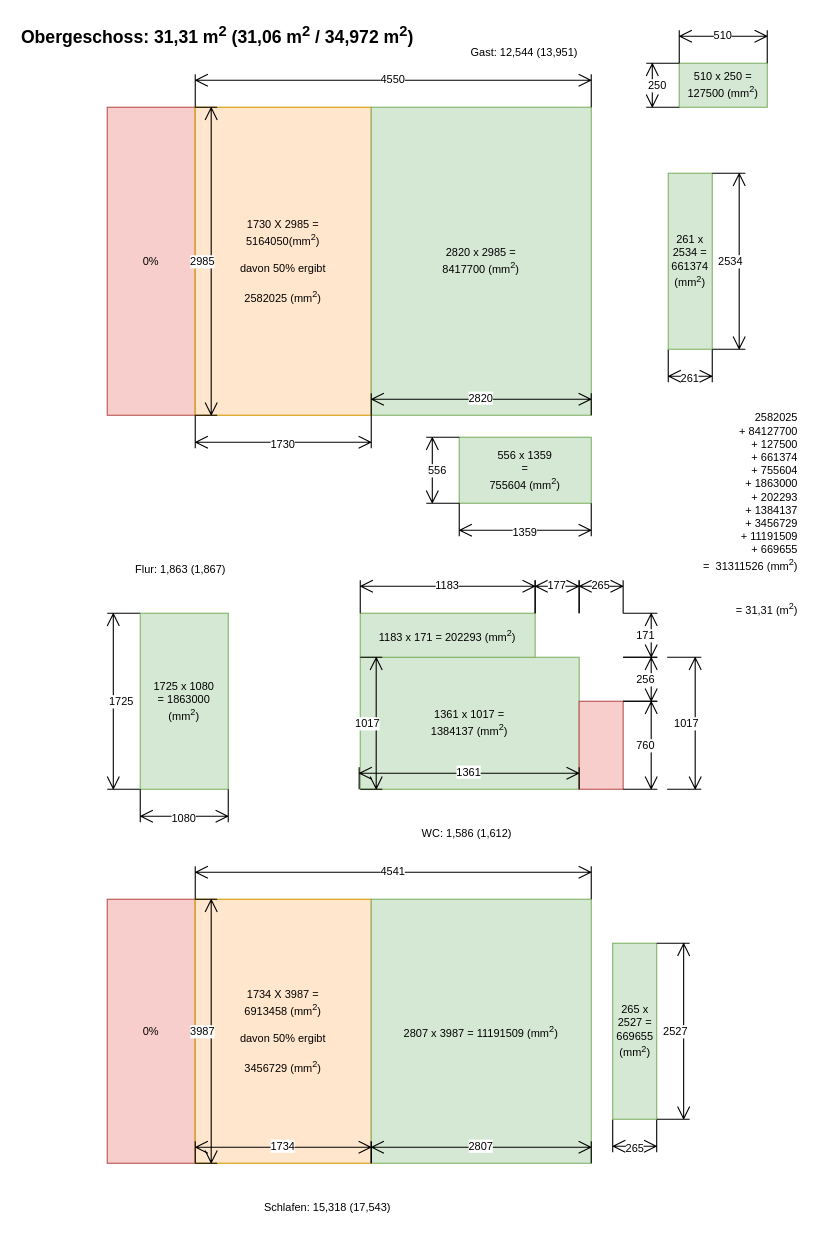
Above: page "Obergeschoss" (2 of 3) of ruderzimmer.drawio in episcopus2001/wohnflaeche (draw.io), before the change. Source tidied: cells renumbered, new cells numbered last; positions are measured from the earlier drawing's top-left corner, leaving out a move shared by most shapes. Both pictures are drawn from the tidied source at 110%, with x=0, y=0 at pixel (19, 19).
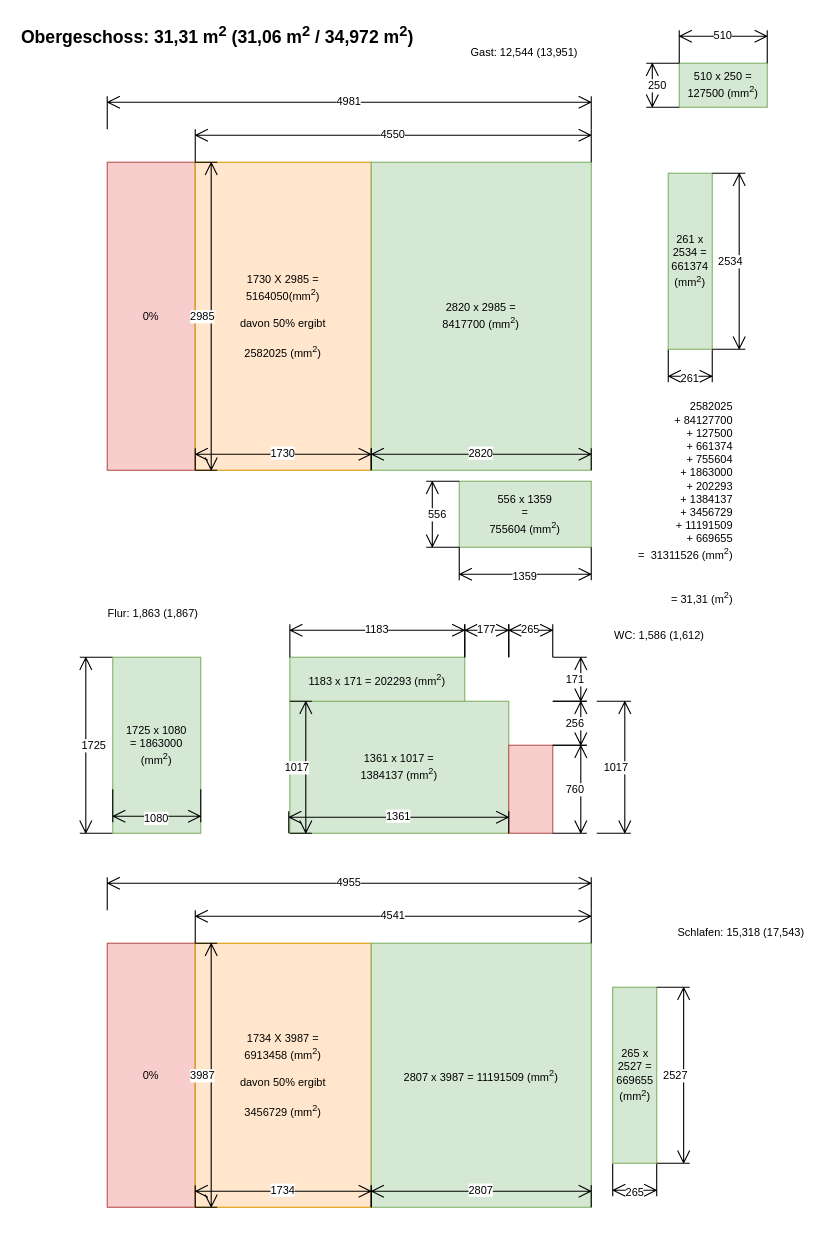
After the change.

Diff of the diagram source:
```diff
@@
     <mxCell id="3" value="265" style="shape=dimension;whiteSpace=wrap;html=1;align=center;verticalAlign=bottom;spacingBottom=-5;labelBackgroundColor=#ffffff;fontSize=10;" parent="1" vertex="1">
-      <mxGeometry x="539.5" y="1000" width="40" height="30" as="geometry" />
+      <mxGeometry x="539.5" y="1040" width="40" height="30" as="geometry" />
     </mxCell>
     <mxCell id="4" value="0%" style="rounded=0;whiteSpace=wrap;html=1;fillColor=#f8cecc;strokeColor=#b85450;fontSize=10;" parent="1" vertex="1">
-      <mxGeometry x="80" y="800" width="80" height="240" as="geometry" />
+      <mxGeometry x="80" y="840" width="80" height="240" as="geometry" />
     </mxCell>
     <mxCell id="5" value="265 x 2527 = 669655 (mm&lt;sup&gt;2&lt;/sup&gt;)" style="rounded=0;whiteSpace=wrap;html=1;fillColor=#d5e8d4;strokeColor=#82b366;fontSize=10;" parent="1" vertex="1">
-      <mxGeometry x="539.5" y="840" width="40" height="160" as="geometry" />
+      <mxGeometry x="539.5" y="880" width="40" height="160" as="geometry" />
     </mxCell>
     <mxCell id="6" value="2527" style="shape=dimension;direction=north;whiteSpace=wrap;html=1;align=right;verticalAlign=middle;labelBackgroundColor=#ffffff;fontSize=10;" parent="1" vertex="1">
-      <mxGeometry x="579.5" y="840" width="30" height="160" as="geometry" />
+      <mxGeometry x="579.5" y="880" width="30" height="160" as="geometry" />
     </mxCell>
     <mxCell id="7" value="1734 X 3987 =&lt;br&gt;6913458 (mm&lt;sup&gt;2&lt;/sup&gt;) &lt;br&gt;&lt;br&gt;&lt;div&gt;davon 50% ergibt&lt;/div&gt;&lt;div&gt;&lt;br&gt;&lt;/div&gt;&lt;div&gt;3456729 (mm&lt;sup&gt;2&lt;/sup&gt;)&lt;/div&gt;" style="rounded=0;whiteSpace=wrap;html=1;fillColor=#ffe6cc;strokeColor=#d79b00;fontSize=10;" parent="1" vertex="1">
-      <mxGeometry x="160" y="800" width="160" height="240" as="geometry" />
+      <mxGeometry x="160" y="840" width="160" height="240" as="geometry" />
     </mxCell>
     <mxCell id="8" value="2807 x 3987 = 11191509 (mm&lt;sup&gt;2&lt;/sup&gt;)" style="rounded=0;whiteSpace=wrap;html=1;fillColor=#d5e8d4;strokeColor=#82b366;fontSize=10;" parent="1" vertex="1">
-      <mxGeometry x="320" y="800" width="200" height="240" as="geometry" />
+      <mxGeometry x="320" y="840" width="200" height="240" as="geometry" />
     </mxCell>
     <mxCell id="9" value="2582025&lt;br&gt;+ 84127700&lt;br&gt;+ 127500&lt;br&gt;+ 661374&lt;br&gt;+ 755604&lt;br&gt;+ 1863000&lt;br&gt;+ 202293&lt;br&gt;+ 1384137&lt;br&gt;+ 3456729&lt;br&gt;+ 11191509&lt;br&gt;+ 669655&lt;br&gt;&lt;div&gt;=&amp;nbsp; 31311526 (mm&lt;sup&gt;2&lt;/sup&gt;)&lt;br&gt;&lt;/div&gt;&lt;br&gt;&lt;br&gt;= 31,31 (m&lt;sup&gt;2&lt;/sup&gt;)" style="text;html=1;strokeColor=none;fillColor=none;align=right;verticalAlign=middle;whiteSpace=wrap;rounded=0;fontSize=10;fontColor=none;" parent="1" vertex="1">
-      <mxGeometry x="609.5" y="430" width="100" height="40" as="geometry" />
+      <mxGeometry x="551" y="420" width="100" height="40" as="geometry" />
     </mxCell>
@@
     <mxCell id="11" value="0%" style="rounded=0;whiteSpace=wrap;html=1;fillColor=#f8cecc;strokeColor=#b85450;fontSize=10;" parent="1" vertex="1">
-      <mxGeometry x="80" y="80" width="80" height="280" as="geometry" />
+      <mxGeometry x="80" y="130" width="80" height="280" as="geometry" />
     </mxCell>
@@
     <mxCell id="14" value="1730 X 2985 =&lt;br&gt;5164050(mm&lt;sup&gt;2&lt;/sup&gt;) &lt;br&gt;&lt;br&gt;&lt;div&gt;davon 50% ergibt&lt;/div&gt;&lt;div&gt;&lt;br&gt;&lt;/div&gt;&lt;div&gt;2582025 (mm&lt;sup&gt;2&lt;/sup&gt;)&lt;/div&gt;" style="rounded=0;whiteSpace=wrap;html=1;fillColor=#ffe6cc;strokeColor=#d79b00;fontSize=10;" parent="1" vertex="1">
-      <mxGeometry x="160" y="80" width="160" height="280" as="geometry" />
+      <mxGeometry x="160" y="130" width="160" height="280" as="geometry" />
     </mxCell>
     <mxCell id="15" value="2820 x 2985 =&lt;br&gt;8417700 (mm&lt;sup&gt;2&lt;/sup&gt;)" style="rounded=0;whiteSpace=wrap;html=1;fillColor=#d5e8d4;strokeColor=#82b366;fontSize=10;" parent="1" vertex="1">
-      <mxGeometry x="320" y="80" width="200" height="280" as="geometry" />
+      <mxGeometry x="320" y="130" width="200" height="280" as="geometry" />
     </mxCell>
-    <mxCell id="16" value="1730" style="shape=dimension;whiteSpace=wrap;html=1;align=center;verticalAlign=bottom;spacingBottom=-5;labelBackgroundColor=#ffffff;fontSize=10;" parent="1" vertex="1">
-      <mxGeometry x="160" y="360" width="160" height="30" as="geometry" />
-    </mxCell>
     <mxCell id="17" value="1725" style="shape=dimension;direction=south;whiteSpace=wrap;html=1;align=left;verticalAlign=middle;labelBackgroundColor=#ffffff;fontSize=10;" parent="1" vertex="1">
-      <mxGeometry x="80" y="540" width="30" height="160" as="geometry" />
+      <mxGeometry x="55" y="580" width="30" height="160" as="geometry" />
     </mxCell>
     <mxCell id="18" value="1725 x 1080&lt;br&gt;= 1863000 (mm&lt;sup&gt;2&lt;/sup&gt;)" style="rounded=0;whiteSpace=wrap;html=1;fillColor=#d5e8d4;strokeColor=#82b366;fontSize=10;" parent="1" vertex="1">
-      <mxGeometry x="110" y="540" width="80" height="160" as="geometry" />
+      <mxGeometry x="85" y="580" width="80" height="160" as="geometry" />
     </mxCell>
     <mxCell id="19" value="1080" style="shape=dimension;whiteSpace=wrap;html=1;align=center;verticalAlign=bottom;spacingBottom=-5;labelBackgroundColor=#ffffff;fontSize=10;" parent="1" vertex="1">
-      <mxGeometry x="110" y="700" width="80" height="30" as="geometry" />
+      <mxGeometry x="85" y="700" width="80" height="30" as="geometry" />
     </mxCell>
     <mxCell id="20" value="1361 x 1017 =&lt;br&gt;1384137  (mm&lt;sup&gt;2&lt;/sup&gt;)" style="rounded=0;whiteSpace=wrap;html=1;fillColor=#d5e8d4;strokeColor=#82b366;fontSize=10;" parent="1" vertex="1">
-      <mxGeometry x="310" y="580" width="199" height="120" as="geometry" />
+      <mxGeometry x="246" y="620" width="199" height="120" as="geometry" />
     </mxCell>
     <mxCell id="21" value="1183 x 171 = 202293 (mm&lt;sup&gt;2&lt;/sup&gt;)" style="rounded=0;whiteSpace=wrap;html=1;fillColor=#d5e8d4;strokeColor=#82b366;fontSize=10;" parent="1" vertex="1">
-      <mxGeometry x="310" y="540" width="159" height="40" as="geometry" />
+      <mxGeometry x="246" y="580" width="159" height="40" as="geometry" />
     </mxCell>
     <mxCell id="22" style="rounded=0;whiteSpace=wrap;html=1;fillColor=#f8cecc;strokeColor=#b85450;fontSize=10;" parent="1" vertex="1">
-      <mxGeometry x="509" y="620" width="40" height="80" as="geometry" />
+      <mxGeometry x="445" y="660" width="40" height="80" as="geometry" />
     </mxCell>
     <mxCell id="23" value="171" style="shape=dimension;direction=north;whiteSpace=wrap;html=1;align=right;verticalAlign=middle;labelBackgroundColor=#ffffff;fontSize=10;" parent="1" vertex="1">
-      <mxGeometry x="549" y="540" width="31" height="40" as="geometry" />
+      <mxGeometry x="485" y="580" width="31" height="40" as="geometry" />
     </mxCell>
     <mxCell id="24" value="256" style="shape=dimension;direction=north;whiteSpace=wrap;html=1;align=right;verticalAlign=middle;labelBackgroundColor=#ffffff;fontSize=10;" parent="1" vertex="1">
-      <mxGeometry x="549" y="580" width="31" height="40" as="geometry" />
+      <mxGeometry x="485" y="620" width="31" height="40" as="geometry" />
     </mxCell>
     <mxCell id="25" value="760" style="shape=dimension;direction=north;whiteSpace=wrap;html=1;align=right;verticalAlign=middle;labelBackgroundColor=#ffffff;fontSize=10;" parent="1" vertex="1">
-      <mxGeometry x="549" y="620" width="31" height="80" as="geometry" />
+      <mxGeometry x="485" y="660" width="31" height="80" as="geometry" />
     </mxCell>
     <mxCell id="26" value="1183" style="shape=dimension;direction=west;whiteSpace=wrap;html=1;align=center;verticalAlign=top;spacingTop=-8;labelBackgroundColor=#ffffff;fontSize=10;" parent="1" vertex="1">
-      <mxGeometry x="310" y="510" width="159" height="30" as="geometry" />
+      <mxGeometry x="246" y="550" width="159" height="30" as="geometry" />
     </mxCell>
     <mxCell id="27" value="177" style="shape=dimension;direction=west;whiteSpace=wrap;html=1;align=center;verticalAlign=top;spacingTop=-8;labelBackgroundColor=#ffffff;fontSize=10;" parent="1" vertex="1">
-      <mxGeometry x="469" y="510" width="40" height="30" as="geometry" />
+      <mxGeometry x="405" y="550" width="40" height="30" as="geometry" />
     </mxCell>
     <mxCell id="28" value="265" style="shape=dimension;direction=west;whiteSpace=wrap;html=1;align=center;verticalAlign=top;spacingTop=-8;labelBackgroundColor=#ffffff;fontSize=10;" parent="1" vertex="1">
-      <mxGeometry x="509" y="510" width="40" height="30" as="geometry" />
+      <mxGeometry x="445" y="550" width="40" height="30" as="geometry" />
     </mxCell>
     <mxCell id="29" value="1017" style="shape=dimension;direction=north;whiteSpace=wrap;html=1;align=right;verticalAlign=middle;labelBackgroundColor=#ffffff;fontSize=10;" parent="1" vertex="1">
-      <mxGeometry x="589" y="580" width="31" height="120" as="geometry" />
+      <mxGeometry x="525" y="620" width="31" height="120" as="geometry" />
     </mxCell>
     <mxCell id="30" value="4550" style="shape=dimension;direction=west;whiteSpace=wrap;html=1;align=center;verticalAlign=top;spacingTop=-8;labelBackgroundColor=#ffffff;fontSize=10;" parent="1" vertex="1">
-      <mxGeometry x="160" y="50" width="360" height="30" as="geometry" />
+      <mxGeometry x="160" y="100" width="360" height="30" as="geometry" />
     </mxCell>
     <mxCell id="31" value="4541" style="shape=dimension;direction=west;whiteSpace=wrap;html=1;align=center;verticalAlign=top;spacingTop=-8;labelBackgroundColor=#ffffff;fontSize=10;" parent="1" vertex="1">
-      <mxGeometry x="160" y="770" width="360" height="30" as="geometry" />
+      <mxGeometry x="160" y="810" width="360" height="30" as="geometry" />
     </mxCell>
     <mxCell id="32" value="556 x 1359&lt;br&gt;=&lt;br&gt;755604 (mm&lt;sup&gt;2&lt;/sup&gt;)" style="rounded=0;whiteSpace=wrap;html=1;fillColor=#d5e8d4;strokeColor=#82b366;fontSize=10;" parent="1" vertex="1">
-      <mxGeometry x="400" y="380" width="120" height="60" as="geometry" />
+      <mxGeometry x="400" y="420" width="120" height="60" as="geometry" />
     </mxCell>
     <mxCell id="33" value="556" style="shape=dimension;direction=south;whiteSpace=wrap;html=1;align=left;verticalAlign=middle;labelBackgroundColor=#ffffff;fontSize=10;" parent="1" vertex="1">
-      <mxGeometry x="370" y="380" width="30" height="60" as="geometry" />
+      <mxGeometry x="370" y="420" width="30" height="60" as="geometry" />
     </mxCell>
     <mxCell id="34" value="1359" style="shape=dimension;whiteSpace=wrap;html=1;align=center;verticalAlign=bottom;spacingBottom=-5;labelBackgroundColor=#ffffff;fontSize=10;" parent="1" vertex="1">
-      <mxGeometry x="400" y="440" width="120" height="30" as="geometry" />
+      <mxGeometry x="400" y="480" width="120" height="30" as="geometry" />
     </mxCell>
@@
     <mxCell id="38" value="2820" style="shape=dimension;direction=west;whiteSpace=wrap;html=1;align=center;verticalAlign=top;spacingTop=-8;labelBackgroundColor=#ffffff;fontSize=10;" parent="1" vertex="1">
-      <mxGeometry x="320" y="340" width="200" height="20" as="geometry" />
+      <mxGeometry x="320" y="390" width="200" height="20" as="geometry" />
     </mxCell>
     <mxCell id="39" value="3987" style="shape=dimension;direction=north;whiteSpace=wrap;html=1;align=right;verticalAlign=middle;labelBackgroundColor=#ffffff;fontSize=10;" parent="1" vertex="1">
-      <mxGeometry x="160" y="800" width="20" height="240" as="geometry" />
+      <mxGeometry x="160" y="840" width="20" height="240" as="geometry" />
     </mxCell>
     <mxCell id="40" value="1734" style="shape=dimension;direction=west;whiteSpace=wrap;html=1;align=center;verticalAlign=top;spacingTop=-8;labelBackgroundColor=#ffffff;fontSize=10;" parent="1" vertex="1">
-      <mxGeometry x="160" y="1020" width="160" height="20" as="geometry" />
+      <mxGeometry x="160" y="1060" width="160" height="20" as="geometry" />
     </mxCell>
     <mxCell id="41" value="2807" style="shape=dimension;direction=west;whiteSpace=wrap;html=1;align=center;verticalAlign=top;spacingTop=-8;labelBackgroundColor=#ffffff;fontSize=10;" parent="1" vertex="1">
-      <mxGeometry x="320" y="1020" width="200" height="20" as="geometry" />
+      <mxGeometry x="320" y="1060" width="200" height="20" as="geometry" />
     </mxCell>
     <mxCell id="42" value="2985" style="shape=dimension;direction=north;whiteSpace=wrap;html=1;align=right;verticalAlign=middle;labelBackgroundColor=#ffffff;fontSize=10;" parent="1" vertex="1">
-      <mxGeometry x="160" y="80" width="20" height="280" as="geometry" />
+      <mxGeometry x="160" y="130" width="20" height="280" as="geometry" />
     </mxCell>
     <mxCell id="43" value="1017" style="shape=dimension;direction=north;whiteSpace=wrap;html=1;align=right;verticalAlign=middle;labelBackgroundColor=#ffffff;fontSize=10;" parent="1" vertex="1">
-      <mxGeometry x="310" y="580" width="20" height="120" as="geometry" />
+      <mxGeometry x="246" y="620" width="20" height="120" as="geometry" />
     </mxCell>
     <mxCell id="44" value="1361" style="shape=dimension;direction=west;whiteSpace=wrap;html=1;align=center;verticalAlign=top;spacingTop=-8;labelBackgroundColor=#ffffff;fontSize=10;" parent="1" vertex="1">
-      <mxGeometry x="309" y="680" width="200" height="20" as="geometry" />
+      <mxGeometry x="245" y="720" width="200" height="20" as="geometry" />
     </mxCell>
     <mxCell id="45" value="WC: 1,586 (1,612)" style="text;html=1;strokeColor=none;fillColor=none;align=right;verticalAlign=middle;whiteSpace=wrap;rounded=0;fontSize=10;fontColor=none;" parent="1" vertex="1">
-      <mxGeometry x="350" y="720" width="100" height="40" as="geometry" />
+      <mxGeometry x="525" y="540" width="100" height="40" as="geometry" />
     </mxCell>
     <mxCell id="46" value="Flur: 1,863 (1,867)" style="text;html=1;strokeColor=none;fillColor=none;align=right;verticalAlign=middle;whiteSpace=wrap;rounded=0;fontSize=10;fontColor=none;" parent="1" vertex="1">
-      <mxGeometry x="90" y="480" width="100" height="40" as="geometry" />
+      <mxGeometry x="65" y="520" width="100" height="40" as="geometry" />
     </mxCell>
     <mxCell id="47" value="Schlafen: 15,318 (17,543)" style="text;html=1;strokeColor=none;fillColor=none;align=right;verticalAlign=middle;whiteSpace=wrap;rounded=0;fontSize=10;fontColor=none;" parent="1" vertex="1">
-      <mxGeometry x="180" y="1060" width="160" height="40" as="geometry" />
+      <mxGeometry x="556" y="810" width="160" height="40" as="geometry" />
     </mxCell>
@@
+    <mxCell id="49" value="4981" style="shape=dimension;direction=west;whiteSpace=wrap;html=1;align=center;verticalAlign=top;spacingTop=-8;labelBackgroundColor=#ffffff;fontSize=10;" parent="1" vertex="1">
+      <mxGeometry x="80" y="70" width="440" height="30" as="geometry" />
+    </mxCell>
+    <mxCell id="16" value="1730" style="shape=dimension;direction=west;whiteSpace=wrap;html=1;align=center;verticalAlign=top;spacingTop=-8;labelBackgroundColor=#ffffff;fontSize=10;" parent="1" vertex="1">
+      <mxGeometry x="160" y="390" width="160" height="20" as="geometry" />
+    </mxCell>
+    <mxCell id="50" value="4955" style="shape=dimension;direction=west;whiteSpace=wrap;html=1;align=center;verticalAlign=top;spacingTop=-8;labelBackgroundColor=#ffffff;fontSize=10;" parent="1" vertex="1">
+      <mxGeometry x="80" y="780" width="440" height="30" as="geometry" />
+    </mxCell>
```
